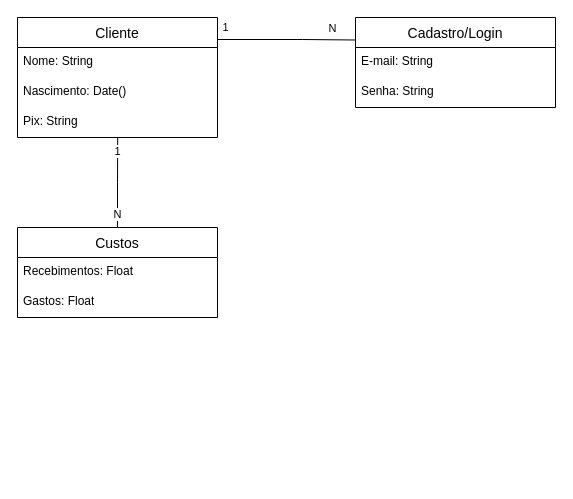
Before: documents/UML.drawio in ViniSouza001/micro-bills, a draw.io diagram. Source tidied: cells renumbered, new cells numbered last; positions are measured from the earlier drawing's top-left corner, leaving out a move shared by most shapes. Both pictures are drawn from the tidied source at 100%, with x=0, y=0 at pixel (17, 17).
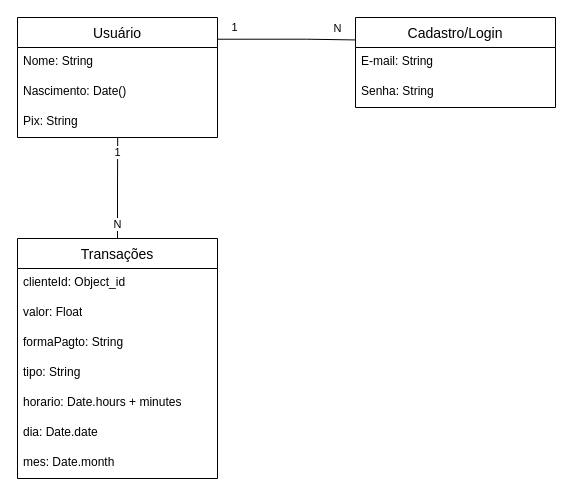
Above is the later version.

The change refers to these unchanged cells:
```xml
<mxCell id="8" value="Cadastro/Login" style="swimlane;fontStyle=0;horizontal=1;startSize=30;align=center;fontSize=14;" parent="1" vertex="1">
  <mxGeometry x="338" width="200" height="90" as="geometry" />
</mxCell>
```

What changed in the source:
```diff
@@
-    <mxCell id="2" value="1" style="edgeStyle=orthogonalEdgeStyle;rounded=0;jettySize=auto;html=1;exitX=1;exitY=0.25;exitDx=0;exitDy=0;entryX=0;entryY=0.25;entryDx=0;entryDy=0;endArrow=none;endFill=0;" parent="1" edge="1" source="4" target="8">
-      <mxGeometry x="-0.78" y="13" relative="1" as="geometry">
+    <mxCell id="2" value="1" style="edgeStyle=orthogonalEdgeStyle;rounded=0;jettySize=auto;html=1;exitX=0.992;exitY=0.181;exitDx=0;exitDy=0;entryX=0;entryY=0.25;entryDx=0;entryDy=0;endArrow=none;endFill=0;exitPerimeter=0;" parent="1" edge="1" source="4">
+      <mxGeometry x="-0.74" y="12" relative="1" as="geometry">
+        <mxPoint x="342" y="22.5" as="targetPoint" />
         <Array as="points">
-          <mxPoint x="285" y="22" />
-          <mxPoint x="285" y="22" />
+          <mxPoint x="289" y="22" />
         </Array>
-        <mxPoint y="1" as="offset" />
       </mxGeometry>
     </mxCell>
@@
-    <mxCell id="4" value="Cliente" style="swimlane;fontStyle=0;horizontal=1;startSize=30;align=center;fontSize=14;" parent="1" vertex="1">
+    <mxCell id="4" value="Usuário" style="swimlane;fontStyle=0;horizontal=1;startSize=30;align=center;fontSize=14;" parent="1" vertex="1">
       <mxGeometry width="200" height="120" as="geometry" />
     </mxCell>
@@
-    <mxCell id="14" value="Custos" style="swimlane;fontStyle=0;horizontal=1;startSize=30;align=center;fontSize=14;" parent="1" vertex="1">
-      <mxGeometry y="210" width="200" height="90" as="geometry" />
+    <mxCell id="14" value="Transações" style="swimlane;fontStyle=0;horizontal=1;startSize=30;align=center;fontSize=14;" parent="1" vertex="1">
+      <mxGeometry y="221" width="200" height="240" as="geometry" />
     </mxCell>
+    <mxCell id="16" value="clienteId: Object_id" style="text;strokeColor=none;fillColor=none;spacingLeft=4;spacingRight=4;overflow=hidden;fontSize=12;whiteSpace=wrap;html=1;" parent="14" vertex="1">
+      <mxGeometry y="30" width="200" height="30" as="geometry" />
+    </mxCell>
-    <mxCell id="15" value="Recebimentos: Float" style="text;strokeColor=none;fillColor=none;spacingLeft=4;spacingRight=4;overflow=hidden;fontSize=12;whiteSpace=wrap;html=1;" parent="14" vertex="1">
-      <mxGeometry y="30" width="200" height="30" as="geometry" />
+    <mxCell id="15" value="valor: Float" style="text;strokeColor=none;fillColor=none;spacingLeft=4;spacingRight=4;overflow=hidden;fontSize=12;whiteSpace=wrap;html=1;" parent="14" vertex="1">
+      <mxGeometry y="60" width="200" height="30" as="geometry" />
     </mxCell>
-    <mxCell id="16" value="Gastos: Float" style="text;strokeColor=none;fillColor=none;spacingLeft=4;spacingRight=4;overflow=hidden;fontSize=12;whiteSpace=wrap;html=1;" parent="14" vertex="1">
-      <mxGeometry y="60" width="200" height="30" as="geometry" />
-    </mxCell>
+    <mxCell id="17" value="formaPagto: String" style="text;strokeColor=none;fillColor=none;spacingLeft=4;spacingRight=4;overflow=hidden;fontSize=12;whiteSpace=wrap;html=1;" parent="14" vertex="1">
+      <mxGeometry y="90" width="200" height="30" as="geometry" />
+    </mxCell>
+    <mxCell id="18" value="tipo: String" style="text;strokeColor=none;fillColor=none;spacingLeft=4;spacingRight=4;overflow=hidden;fontSize=12;whiteSpace=wrap;html=1;" parent="14" vertex="1">
+      <mxGeometry y="120" width="200" height="30" as="geometry" />
+    </mxCell>
+    <mxCell id="19" value="horario: Date.hours + minutes" style="text;strokeColor=none;fillColor=none;spacingLeft=4;spacingRight=4;overflow=hidden;fontSize=12;whiteSpace=wrap;html=1;" parent="14" vertex="1">
+      <mxGeometry y="150" width="200" height="30" as="geometry" />
+    </mxCell>
+    <mxCell id="20" value="dia: Date.date" style="text;strokeColor=none;fillColor=none;spacingLeft=4;spacingRight=4;overflow=hidden;fontSize=12;whiteSpace=wrap;html=1;" parent="14" vertex="1">
+      <mxGeometry y="180" width="200" height="30" as="geometry" />
+    </mxCell>
+    <mxCell id="21" value="mes: Date.month" style="text;strokeColor=none;fillColor=none;spacingLeft=4;spacingRight=4;overflow=hidden;fontSize=12;whiteSpace=wrap;html=1;" parent="14" vertex="1">
+      <mxGeometry y="210" width="200" height="30" as="geometry" />
+    </mxCell>
```
